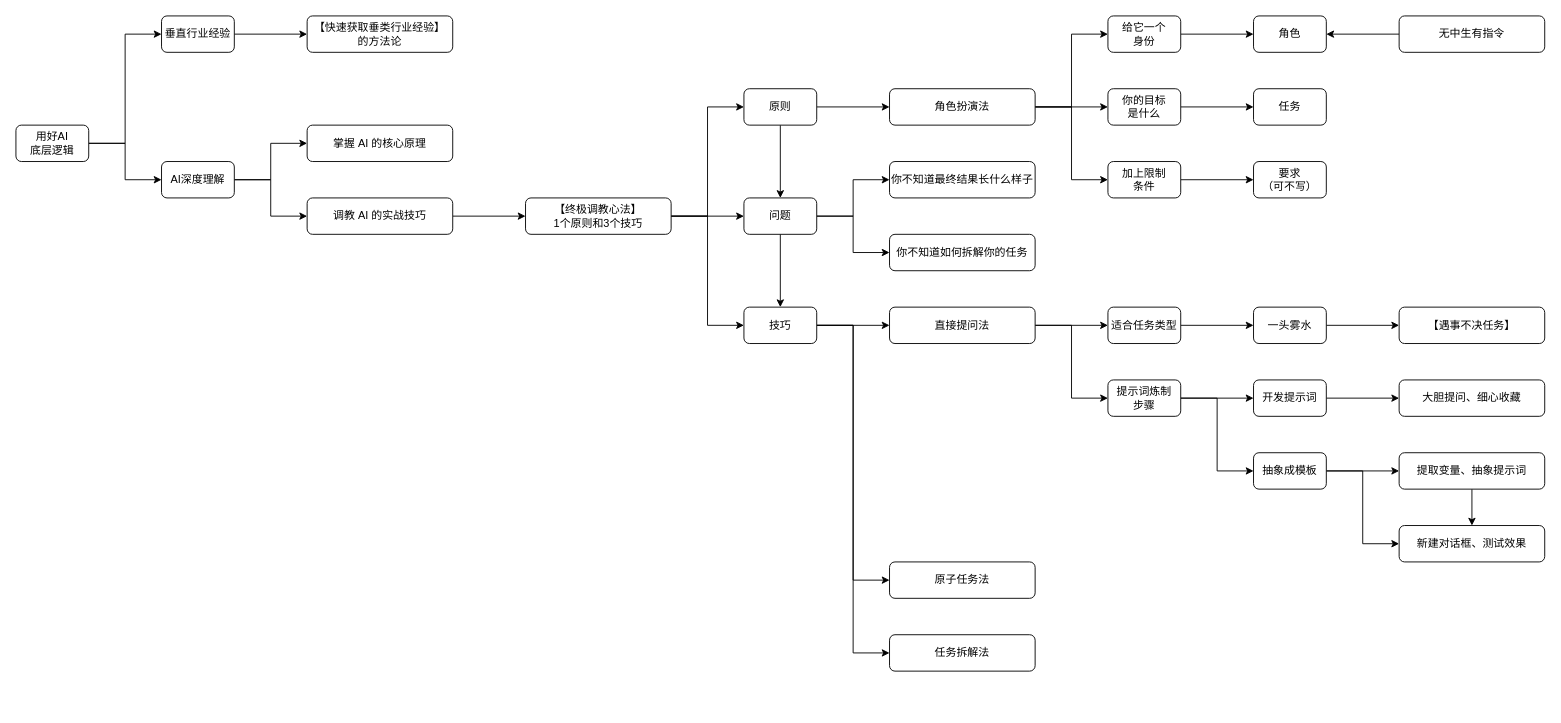
Above: AI prompt.drawio in youyusan/AI_prompt (draw.io), before the change. Source tidied: cells renumbered, new cells numbered last; positions are measured from the earlier drawing's top-left corner, leaving out a move shared by most shapes. Both pictures are drawn from the tidied source at 91%, with x=0, y=0 at pixel (15, 15).
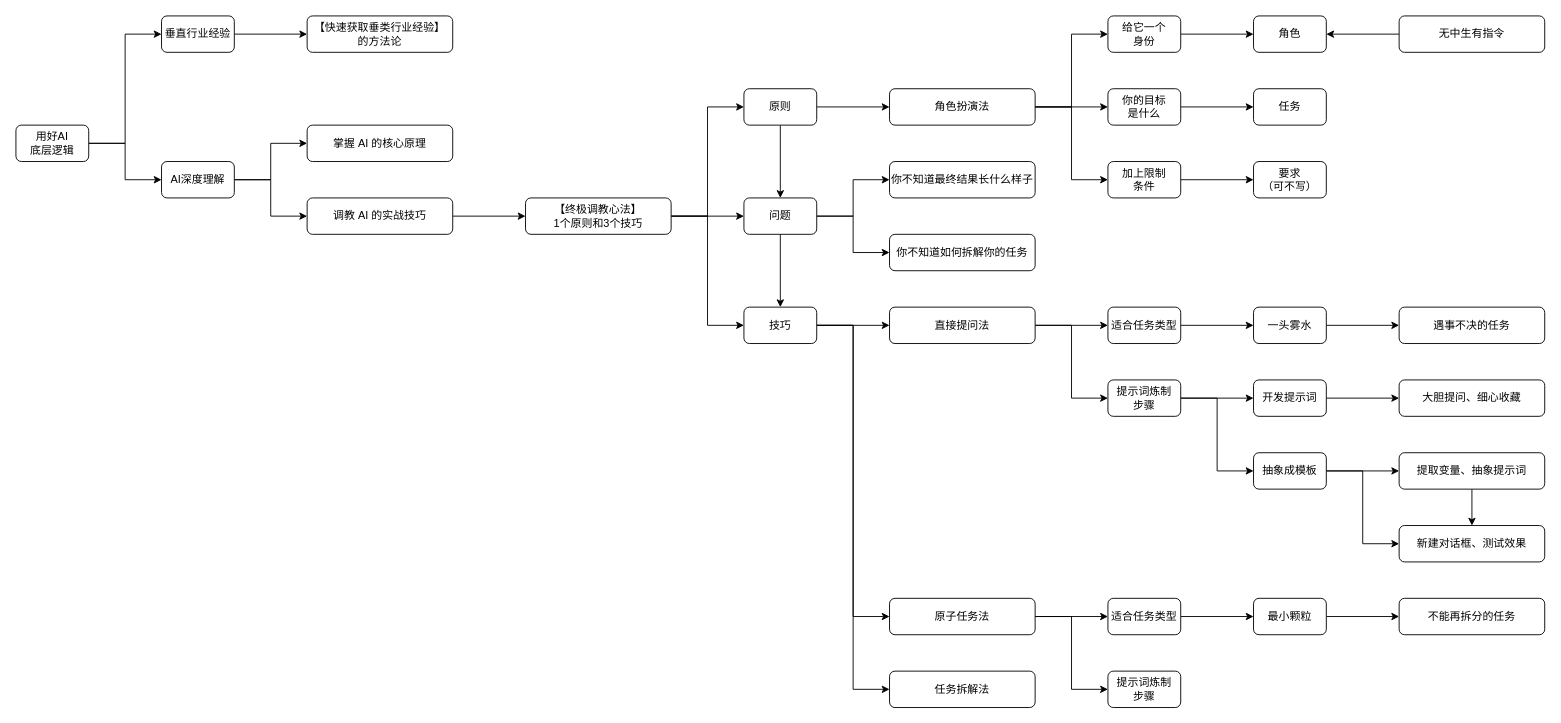
Above is the later version.

What changed in the source:
```diff
@@
+    <mxCell id="68" style="edgeStyle=orthogonalEdgeStyle;shape=connector;rounded=0;hachureGap=4;jettySize=auto;html=1;strokeColor=default;align=center;verticalAlign=middle;fontFamily=Architects Daughter;fontSize=11;fontColor=default;labelBackgroundColor=default;endArrow=classic;" parent="1" edge="1" source="38" target="71">
+      <mxGeometry relative="1" as="geometry" />
+    </mxCell>
+    <mxCell id="69" style="edgeStyle=orthogonalEdgeStyle;shape=connector;rounded=0;hachureGap=4;jettySize=auto;html=1;entryX=0;entryY=0.5;entryDx=0;entryDy=0;strokeColor=default;align=center;verticalAlign=middle;fontFamily=Architects Daughter;fontSize=11;fontColor=default;labelBackgroundColor=default;endArrow=classic;" parent="1" edge="1" source="38" target="72">
+      <mxGeometry relative="1" as="geometry" />
+    </mxCell>
     <mxCell id="38" value="原子任务法" style="rounded=1;whiteSpace=wrap;html=1;" parent="1" vertex="1">
-      <mxGeometry x="960" y="600" width="160" height="40" as="geometry" />
+      <mxGeometry x="960" y="640" width="160" height="40" as="geometry" />
     </mxCell>
     <mxCell id="39" value="任务拆解法" style="rounded=1;whiteSpace=wrap;html=1;" parent="1" vertex="1">
-      <mxGeometry x="960" y="680" width="160" height="40" as="geometry" />
+      <mxGeometry x="960" y="720" width="160" height="40" as="geometry" />
     </mxCell>
@@
-    <mxCell id="51" value="&lt;div&gt;【遇事不决任务】&lt;/div&gt;" style="rounded=1;whiteSpace=wrap;html=1;" parent="1" vertex="1">
+    <mxCell id="51" value="&lt;div&gt;遇事不决的任务&lt;/div&gt;" style="rounded=1;whiteSpace=wrap;html=1;" parent="1" vertex="1">
       <mxGeometry x="1520" y="320" width="160" height="40" as="geometry" />
     </mxCell>
@@
+    <mxCell id="70" style="edgeStyle=orthogonalEdgeStyle;shape=connector;rounded=0;hachureGap=4;jettySize=auto;html=1;entryX=0;entryY=0.5;entryDx=0;entryDy=0;strokeColor=default;align=center;verticalAlign=middle;fontFamily=Architects Daughter;fontSize=11;fontColor=default;labelBackgroundColor=default;endArrow=classic;" parent="1" edge="1" source="71" target="74">
+      <mxGeometry relative="1" as="geometry" />
+    </mxCell>
+    <mxCell id="71" value="适合任务类型" style="rounded=1;whiteSpace=wrap;html=1;" parent="1" vertex="1">
+      <mxGeometry x="1200" y="640" width="80" height="40" as="geometry" />
+    </mxCell>
+    <mxCell id="72" value="提示词炼制&lt;br&gt;步骤" style="rounded=1;whiteSpace=wrap;html=1;" parent="1" vertex="1">
+      <mxGeometry x="1200" y="720" width="80" height="40" as="geometry" />
+    </mxCell>
+    <mxCell id="73" style="edgeStyle=orthogonalEdgeStyle;shape=connector;rounded=0;hachureGap=4;jettySize=auto;html=1;strokeColor=default;align=center;verticalAlign=middle;fontFamily=Architects Daughter;fontSize=11;fontColor=default;labelBackgroundColor=default;endArrow=classic;" parent="1" edge="1" source="74" target="75">
+      <mxGeometry relative="1" as="geometry" />
+    </mxCell>
+    <mxCell id="74" value="最小颗粒" style="rounded=1;whiteSpace=wrap;html=1;" parent="1" vertex="1">
+      <mxGeometry x="1360" y="640" width="80" height="40" as="geometry" />
+    </mxCell>
+    <mxCell id="75" value="不能再拆分的任务" style="rounded=1;whiteSpace=wrap;html=1;" parent="1" vertex="1">
+      <mxGeometry x="1520" y="640" width="160" height="40" as="geometry" />
+    </mxCell>
```
